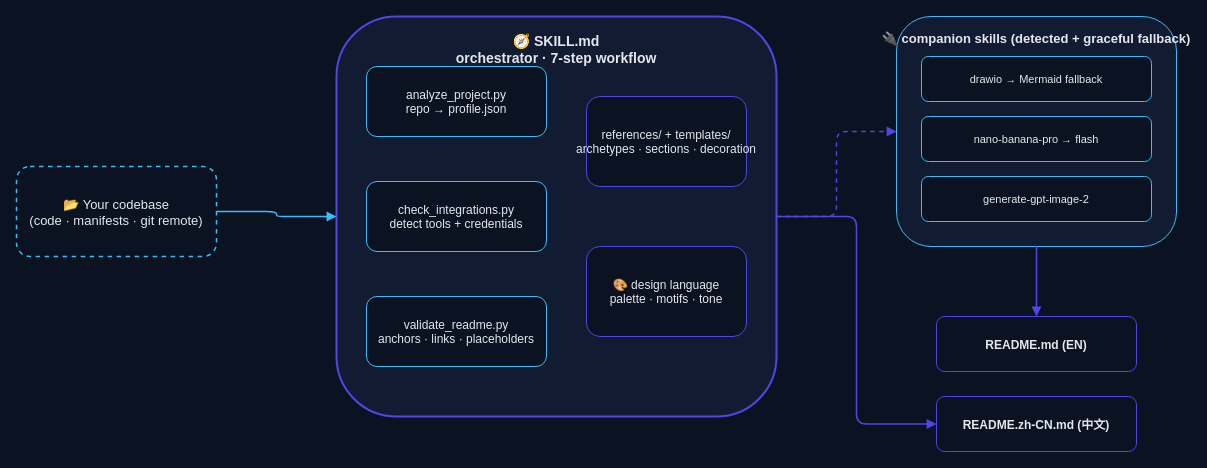
Earlier version of the draw.io diagram assets/readme/architecture.drawio (ChrysFu-FndVent/readme-architect). Source tidied: cells renumbered, new cells numbered last; positions are measured from the earlier drawing's top-left corner, leaving out a move shared by most shapes. Both pictures are drawn from the tidied source at 100%, with x=0, y=0 at pixel (16, 16).
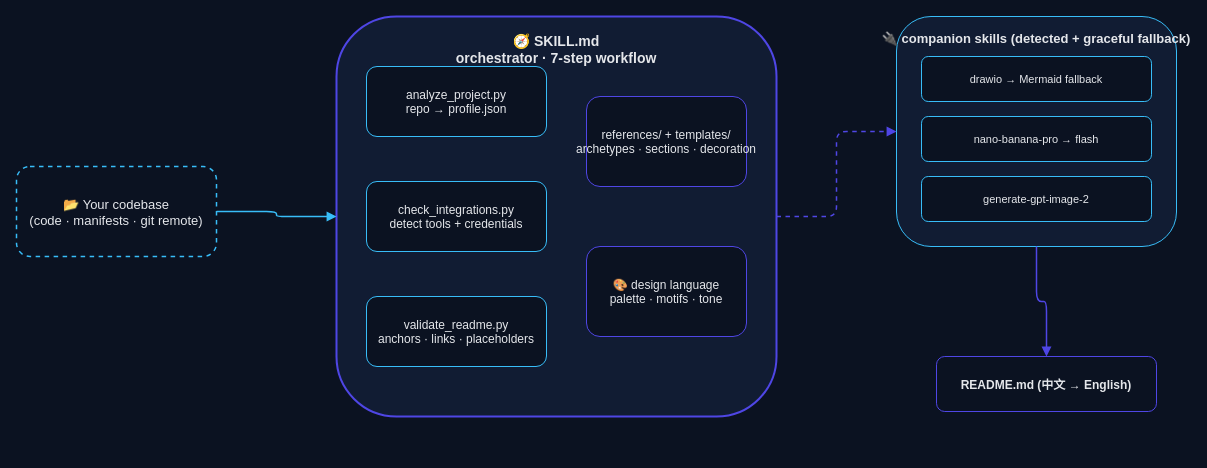
The same diagram, later.

Change to the diagram source:
```diff
@@
 <mxGraphModel background="#0B1221">
   <root>
     <mxCell id="0" />
     <mxCell id="1" parent="0" />
     <mxCell id="2" value="📂 Your codebase&#10;(code · manifests · git remote)" style="rounded=1;fillColor=#0B1221;strokeColor=#38BDF8;fontColor=#E5E7EB;fontSize=13;verticalAlign=middle;strokeWidth=1.5;dashed=1;" parent="1" vertex="1">
       <mxGeometry y="150" width="200" height="90" as="geometry" />
     </mxCell>
     <mxCell id="3" value="🧭 SKILL.md&#10;orchestrator · 7-step workflow" style="rounded=1;fillColor=#111C33;strokeColor=#4F46E5;fontColor=#E5E7EB;fontSize=14;fontStyle=1;verticalAlign=top;spacingTop=10;strokeWidth=2;" parent="1" vertex="1">
       <mxGeometry x="320" width="440" height="400" as="geometry" />
     </mxCell>
     <mxCell id="4" value="analyze_project.py&#10;repo → profile.json" style="rounded=1;fillColor=#0B1221;strokeColor=#38BDF8;fontColor=#E5E7EB;fontSize=12;" parent="1" vertex="1">
       <mxGeometry x="350" y="50" width="180" height="70" as="geometry" />
     </mxCell>
     <mxCell id="5" value="check_integrations.py&#10;detect tools + credentials" style="rounded=1;fillColor=#0B1221;strokeColor=#38BDF8;fontColor=#E5E7EB;fontSize=12;" parent="1" vertex="1">
       <mxGeometry x="350" y="165" width="180" height="70" as="geometry" />
     </mxCell>
     <mxCell id="6" value="validate_readme.py&#10;anchors · links · placeholders" style="rounded=1;fillColor=#0B1221;strokeColor=#38BDF8;fontColor=#E5E7EB;fontSize=12;" parent="1" vertex="1">
       <mxGeometry x="350" y="280" width="180" height="70" as="geometry" />
     </mxCell>
     <mxCell id="7" value="references/ + templates/&#10;archetypes · sections · decoration" style="rounded=1;fillColor=#0B1221;strokeColor=#4F46E5;fontColor=#E5E7EB;fontSize=12;" parent="1" vertex="1">
       <mxGeometry x="570" y="80" width="160" height="90" as="geometry" />
     </mxCell>
     <mxCell id="8" value="🎨 design language&#10;palette · motifs · tone" style="rounded=1;fillColor=#0B1221;strokeColor=#4F46E5;fontColor=#E5E7EB;fontSize=12;" parent="1" vertex="1">
       <mxGeometry x="570" y="230" width="160" height="90" as="geometry" />
     </mxCell>
     <mxCell id="9" value="🔌 companion skills (detected + graceful fallback)" style="rounded=1;fillColor=#111C33;strokeColor=#38BDF8;fontColor=#E5E7EB;fontSize=13;fontStyle=1;verticalAlign=top;spacingTop=8;dashed=0;" parent="1" vertex="1">
       <mxGeometry x="880" width="280" height="230" as="geometry" />
     </mxCell>
     <mxCell id="10" value="drawio → Mermaid fallback" style="rounded=1;fillColor=#0B1221;strokeColor=#38BDF8;fontColor=#E5E7EB;fontSize=11;" parent="1" vertex="1">
       <mxGeometry x="905" y="40" width="230" height="45" as="geometry" />
     </mxCell>
     <mxCell id="11" value="nano-banana-pro → flash" style="rounded=1;fillColor=#0B1221;strokeColor=#38BDF8;fontColor=#E5E7EB;fontSize=11;" parent="1" vertex="1">
       <mxGeometry x="905" y="100" width="230" height="45" as="geometry" />
     </mxCell>
     <mxCell id="12" value="generate-gpt-image-2" style="rounded=1;fillColor=#0B1221;strokeColor=#38BDF8;fontColor=#E5E7EB;fontSize=11;" parent="1" vertex="1">
       <mxGeometry x="905" y="160" width="230" height="45" as="geometry" />
     </mxCell>
-    <mxCell id="13" value="README.md (EN)" style="rounded=1;fillColor=#0B1221;strokeColor=#4F46E5;fontColor=#E5E7EB;fontSize=12;fontStyle=1;" parent="1" vertex="1">
-      <mxGeometry x="920" y="300" width="200" height="55" as="geometry" />
+    <mxCell id="13" value="README.md (中文 → English)" style="rounded=1;fillColor=#0B1221;strokeColor=#4F46E5;fontColor=#E5E7EB;fontSize=12;fontStyle=1;" parent="1" vertex="1">
+      <mxGeometry x="920" y="340" width="220" height="55" as="geometry" />
     </mxCell>
-    <mxCell id="14" value="README.zh-CN.md (中文)" style="rounded=1;fillColor=#0B1221;strokeColor=#4F46E5;fontColor=#E5E7EB;fontSize=12;fontStyle=1;" parent="1" vertex="1">
-      <mxGeometry x="920" y="380" width="200" height="55" as="geometry" />
-    </mxCell>
     <mxCell id="15" style="edgeStyle=orthogonalEdgeStyle;strokeColor=#38BDF8;strokeWidth=1.5;endArrow=block;" parent="1" edge="1" source="2" target="3">
       <mxGeometry relative="1" as="geometry" />
     </mxCell>
     <mxCell id="16" style="edgeStyle=orthogonalEdgeStyle;strokeColor=#4F46E5;strokeWidth=1.5;endArrow=block;dashed=1;" parent="1" edge="1" source="3" target="9">
       <mxGeometry relative="1" as="geometry" />
     </mxCell>
     <mxCell id="17" style="edgeStyle=orthogonalEdgeStyle;strokeColor=#4F46E5;strokeWidth=1.5;endArrow=block;" parent="1" edge="1" source="9" target="13">
       <mxGeometry relative="1" as="geometry" />
     </mxCell>
-    <mxCell id="18" style="edgeStyle=orthogonalEdgeStyle;strokeColor=#4F46E5;strokeWidth=1.5;endArrow=block;" parent="1" edge="1" source="3" target="14">
-      <mxGeometry relative="1" as="geometry" />
-    </mxCell>
   </root>
 </mxGraphModel>
```
